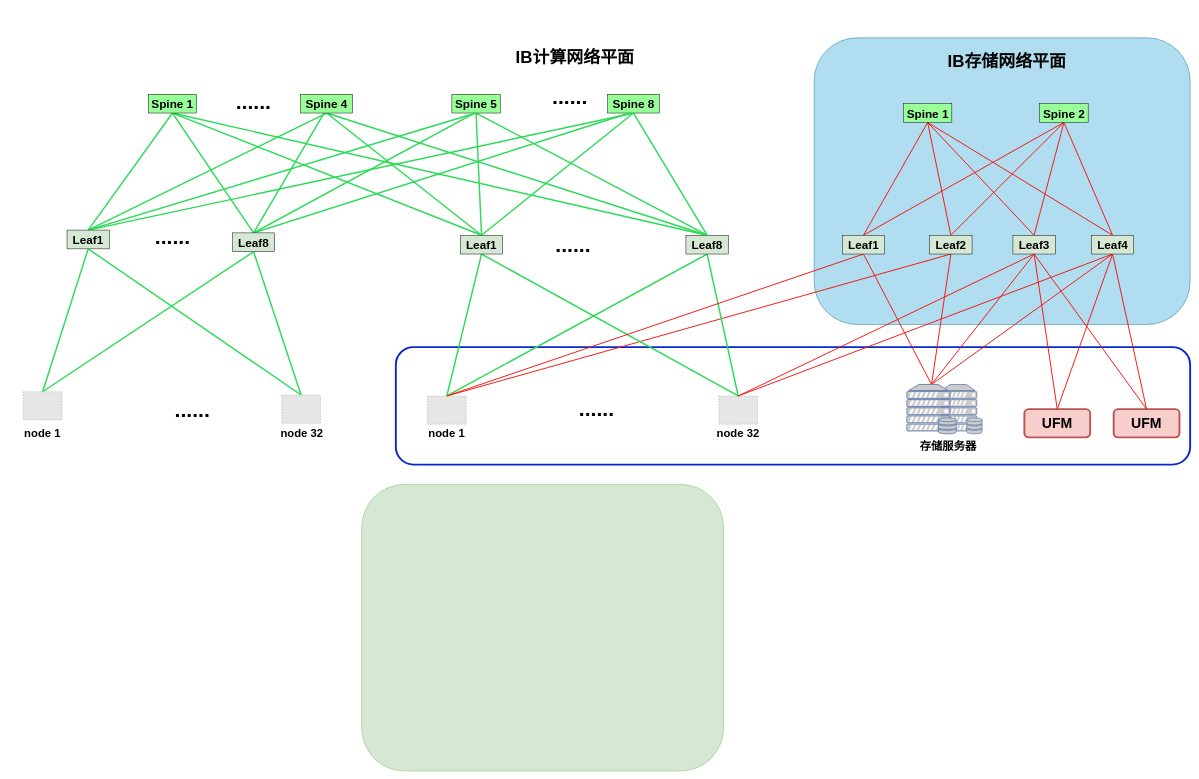
Earlier version of the draw.io diagram 64-node-IB.drawio (hel-2000/network-draw). Source tidied: cells renumbered, new cells numbered last; positions are measured from the earlier drawing's top-left corner, leaving out a move shared by most shapes. Both pictures are drawn from the tidied source at 47%, with x=0, y=0 at pixel (18, 38). Pictures stored in the file or linked from it are replaced by grey dashed boxes.
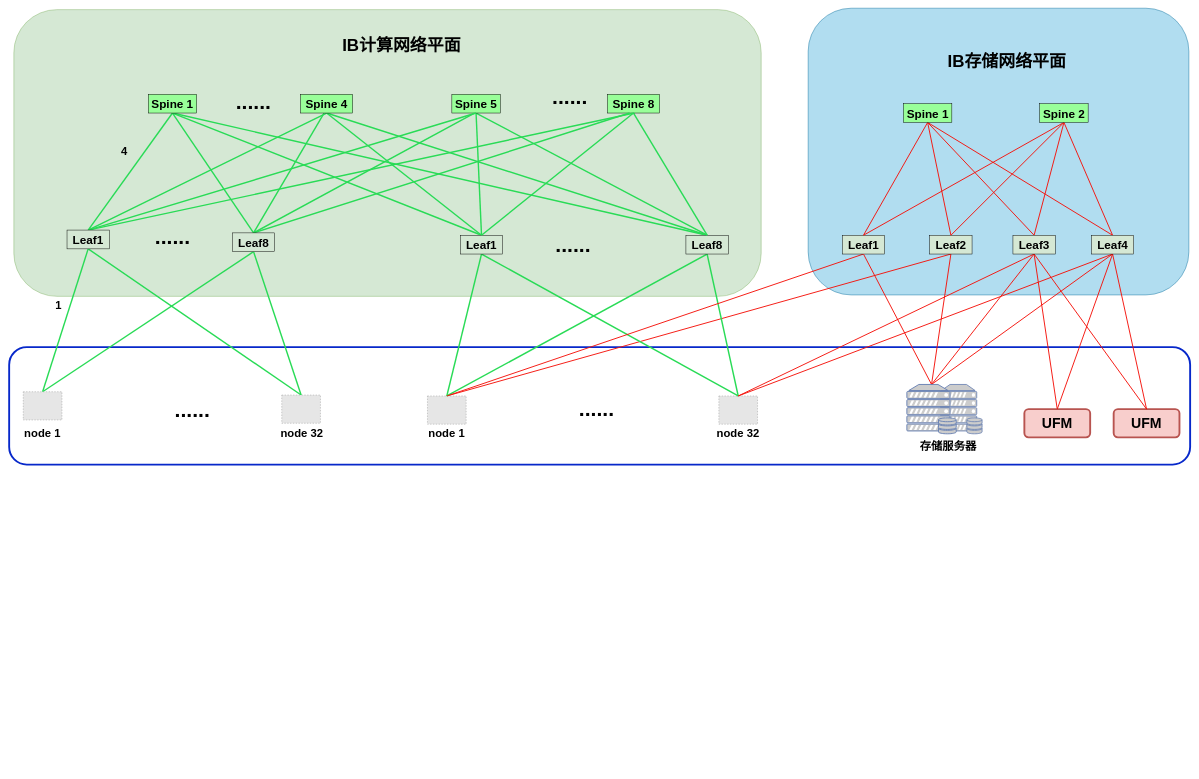
The same diagram, later.

What changed in the source:
```diff
@@
     <mxCell id="2" style="rounded=1;whiteSpace=wrap;html=1;strokeColor=#0728ca;strokeWidth=4;" parent="1" vertex="1">
-      <mxGeometry x="803.7" y="658" width="1690" height="250" as="geometry" />
+      <mxGeometry x="-19" y="658" width="2512.7" height="250" as="geometry" />
     </mxCell>
     <mxCell id="3" style="rounded=1;whiteSpace=wrap;html=1;fillColor=#b1ddf0;strokeColor=#10739e;" parent="1" vertex="1">
-      <mxGeometry x="1693.7" width="800" height="610" as="geometry" />
+      <mxGeometry x="1681" y="-63" width="810" height="610" as="geometry" />
     </mxCell>
@@
     <mxCell id="5" style="rounded=1;whiteSpace=wrap;html=1;fillColor=#d5e8d4;strokeColor=#82b366;" parent="1" vertex="1">
-      <mxGeometry x="731" y="950" width="770" height="610" as="geometry" />
+      <mxGeometry x="-9" y="-60" width="1590" height="610" as="geometry" />
     </mxCell>
@@
     <mxCell id="25" value="&lt;b style=&quot;&quot;&gt;&lt;font style=&quot;font-size: 36px;&quot;&gt;IB计算网络平面&lt;/font&gt;&lt;/b&gt;" style="text;strokeColor=none;align=center;fillColor=none;html=1;verticalAlign=middle;whiteSpace=wrap;rounded=0;" parent="1" vertex="1">
-      <mxGeometry x="984.8" y="10" width="400.1" height="60" as="geometry" />
+      <mxGeometry x="616" y="-14" width="400.1" height="60" as="geometry" />
     </mxCell>
@@
+    <mxCell id="85" value="&lt;font style=&quot;font-size: 24px;&quot;&gt;&lt;b&gt;1&lt;/b&gt;&lt;/font&gt;" style="text;strokeColor=none;align=center;fillColor=none;html=1;verticalAlign=middle;whiteSpace=wrap;rounded=0;" parent="1" vertex="1">
+      <mxGeometry x="61" y="550" width="50" height="40" as="geometry" />
+    </mxCell>
+    <mxCell id="86" value="&lt;font style=&quot;font-size: 24px;&quot;&gt;&lt;b&gt;4&lt;/b&gt;&lt;/font&gt;" style="text;strokeColor=none;align=center;fillColor=none;html=1;verticalAlign=middle;whiteSpace=wrap;rounded=0;" parent="1" vertex="1">
+      <mxGeometry x="201" y="222" width="50" height="40" as="geometry" />
+    </mxCell>
```
